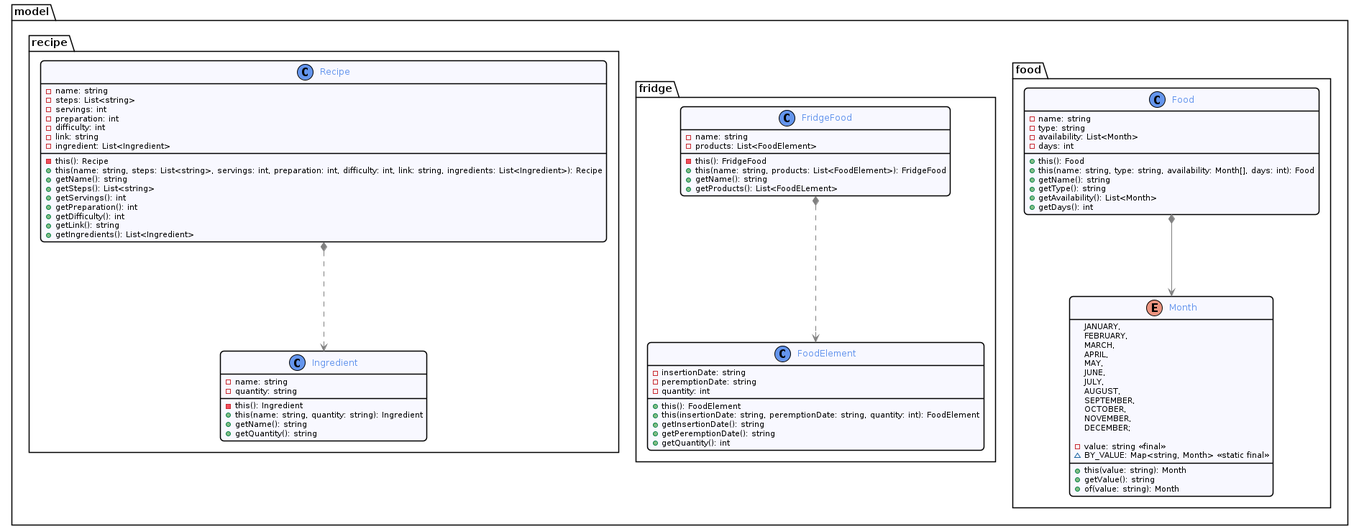
The PlantUML diagram docs/diagram/out/model.png in romainvacheret/wadge-backend, before a commit.
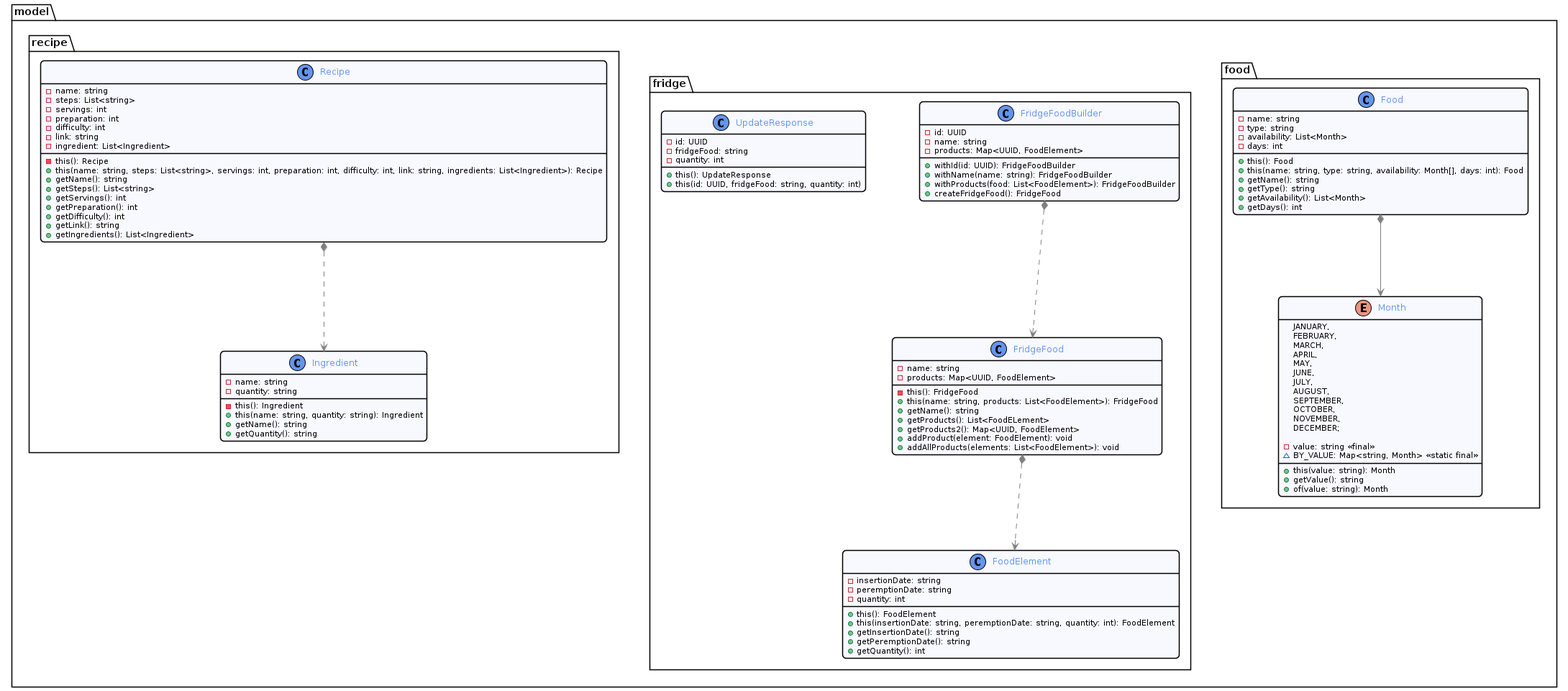
The same file after the commit.

What changed in the source:
```diff
@@ -52,11 +52,32 @@
 
         class FridgeFood {
             - name: string
-            - products: List<FoodElement>
+            - products: Map<UUID, FoodElement>
             - this(): FridgeFood
             + this(name: string, products: List<FoodElement>): FridgeFood
             + getName(): string
             + getProducts(): List<FoodELement>
+            + getProducts2(): Map<UUID, FoodElement>
+            + addProduct(element: FoodElement): void
+            + addAllProducts(elements: List<FoodElement>): void
+        }
+
+        class FridgeFoodBuilder {
+            - id: UUID
+            - name: string
+            - products: Map<UUID, FoodElement>
+            + withId(id: UUID): FridgeFoodBuilder
+            + withName(name: string): FridgeFoodBuilder
+            + withProducts(food: List<FoodElement>): FridgeFoodBuilder
+            + createFridgeFood(): FridgeFood
+        }
+
+        class UpdateResponse {
+            - id: UUID
+            - fridgeFood: string
+            - quantity: int
+            + this(): UpdateResponse
+            + this(id: UUID, fridgeFood: string, quantity: int)
         }
     }
 
@@ -93,6 +114,7 @@
     Food *--> Month
 
     FridgeFood *..> FoodElement
+    FridgeFoodBuilder *..> FridgeFood
 
     Recipe *..> Ingredient
 }
```
